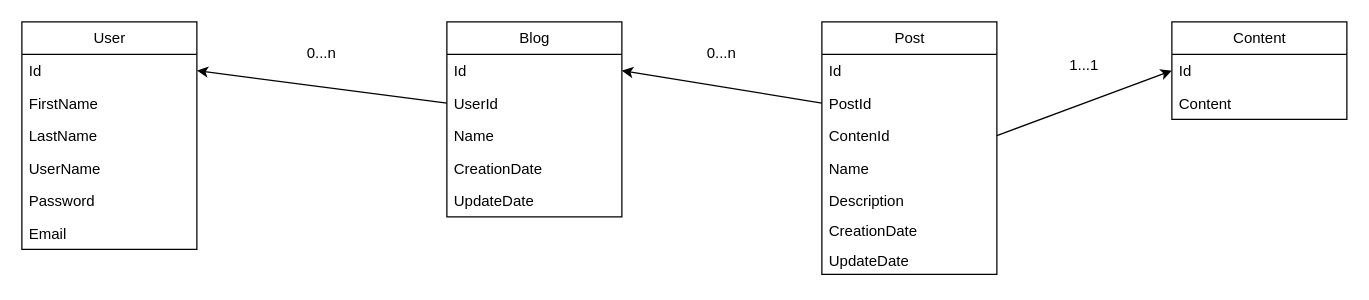
The draw.io diagram backend/database_schema.drawio in jlcastillog/BlogFlow, before the edit. Source tidied: cells renumbered, new cells numbered last; positions are measured from the earlier drawing's top-left corner, leaving out a move shared by most shapes. Both pictures are drawn from the tidied source at 125%, with x=0, y=0 at pixel (21, 21).
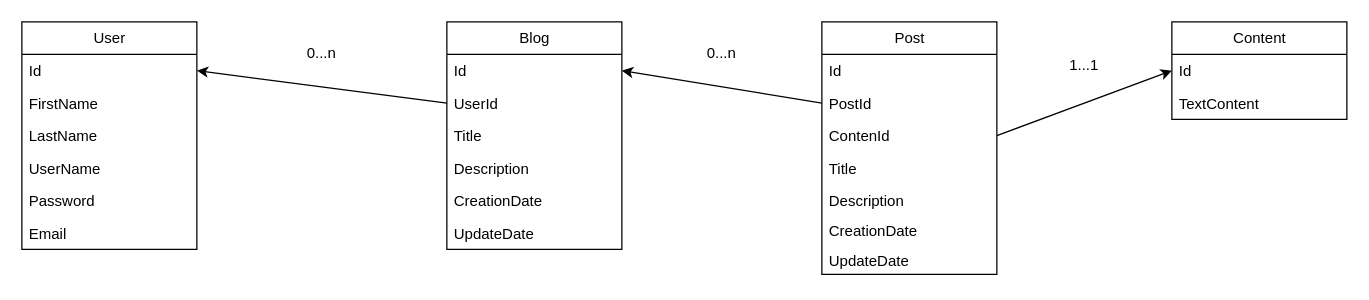
After the change.

Commit message:
doc(project): update databse schema documentation

Unchanged cells that the change refers to:
```xml
<mxCell id="15" value="Post" style="swimlane;fontStyle=0;horizontal=1;startSize=26;fillColor=none;html=1;" parent="1" vertex="1">
  <mxGeometry x="640" width="140" height="202" as="geometry" />
</mxCell>
<mxCell id="23" value="Content" style="swimlane;fontStyle=0;horizontal=1;startSize=26;fillColor=none;html=1;" parent="1" vertex="1">
  <mxGeometry x="920" width="140" height="78" as="geometry" />
</mxCell>
```

The edit, as a diff of the source:
```diff
@@
     <mxCell id="9" value="Blog" style="swimlane;fontStyle=0;horizontal=1;startSize=26;fillColor=none;html=1;" parent="1" vertex="1">
-      <mxGeometry x="340" width="140" height="156" as="geometry" />
+      <mxGeometry x="340" width="140" height="182" as="geometry" />
     </mxCell>
@@
-    <mxCell id="12" value="Name" style="text;strokeColor=none;fillColor=none;align=left;verticalAlign=top;spacingLeft=4;spacingRight=4;overflow=hidden;whiteSpace=wrap;html=1;" parent="9" vertex="1">
+    <mxCell id="12" value="Title" style="text;strokeColor=none;fillColor=none;align=left;verticalAlign=top;spacingLeft=4;spacingRight=4;overflow=hidden;whiteSpace=wrap;html=1;" parent="9" vertex="1">
       <mxGeometry y="78" width="140" height="26" as="geometry" />
     </mxCell>
+    <mxCell id="32" value="Description" style="text;strokeColor=none;fillColor=none;align=left;verticalAlign=top;spacingLeft=4;spacingRight=4;overflow=hidden;whiteSpace=wrap;html=1;" parent="9" vertex="1">
+      <mxGeometry y="104" width="140" height="26" as="geometry" />
+    </mxCell>
     <mxCell id="13" value="CreationDate" style="text;strokeColor=none;fillColor=none;align=left;verticalAlign=top;spacingLeft=4;spacingRight=4;overflow=hidden;whiteSpace=wrap;html=1;" parent="9" vertex="1">
-      <mxGeometry y="104" width="140" height="26" as="geometry" />
+      <mxGeometry y="130" width="140" height="26" as="geometry" />
     </mxCell>
     <mxCell id="14" value="UpdateDate" style="text;strokeColor=none;fillColor=none;align=left;verticalAlign=top;spacingLeft=4;spacingRight=4;overflow=hidden;whiteSpace=wrap;html=1;" parent="9" vertex="1">
-      <mxGeometry y="130" width="140" height="26" as="geometry" />
+      <mxGeometry y="156" width="140" height="26" as="geometry" />
     </mxCell>
@@
-    <mxCell id="19" value="Name" style="text;strokeColor=none;fillColor=none;align=left;verticalAlign=top;spacingLeft=4;spacingRight=4;overflow=hidden;whiteSpace=wrap;html=1;" parent="15" vertex="1">
+    <mxCell id="19" value="Title" style="text;strokeColor=none;fillColor=none;align=left;verticalAlign=top;spacingLeft=4;spacingRight=4;overflow=hidden;whiteSpace=wrap;html=1;" parent="15" vertex="1">
       <mxGeometry y="104" width="140" height="26" as="geometry" />
     </mxCell>
@@
-    <mxCell id="25" value="Content" style="text;strokeColor=none;fillColor=none;align=left;verticalAlign=top;spacingLeft=4;spacingRight=4;overflow=hidden;whiteSpace=wrap;html=1;" parent="23" vertex="1">
+    <mxCell id="25" value="TextContent" style="text;strokeColor=none;fillColor=none;align=left;verticalAlign=top;spacingLeft=4;spacingRight=4;overflow=hidden;whiteSpace=wrap;html=1;" parent="23" vertex="1">
       <mxGeometry y="52" width="140" height="26" as="geometry" />
     </mxCell>
```
